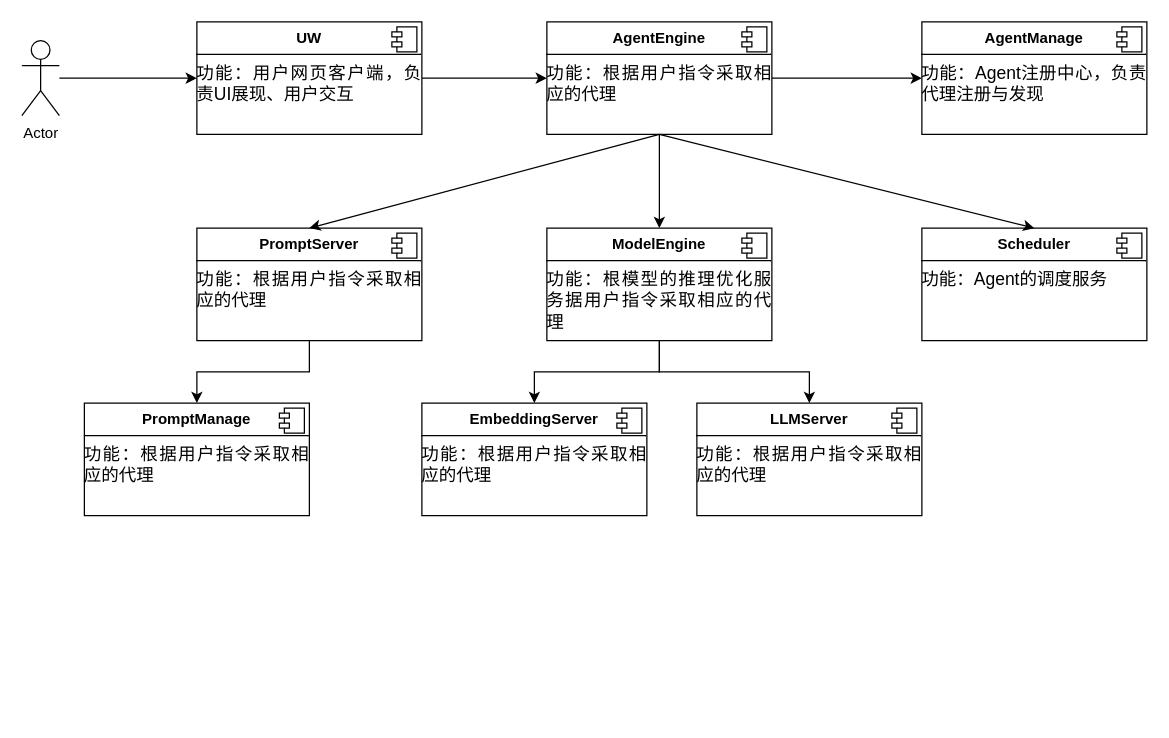
Before: 未命名绘图.drawio in KeeaattJj/TestMyProject, a draw.io diagram. Source tidied: cells renumbered, new cells numbered last; positions are measured from the earlier drawing's top-left corner, leaving out a move shared by most shapes. Both pictures are drawn from the tidied source at 125%, with x=0, y=0 at pixel (21, 21).
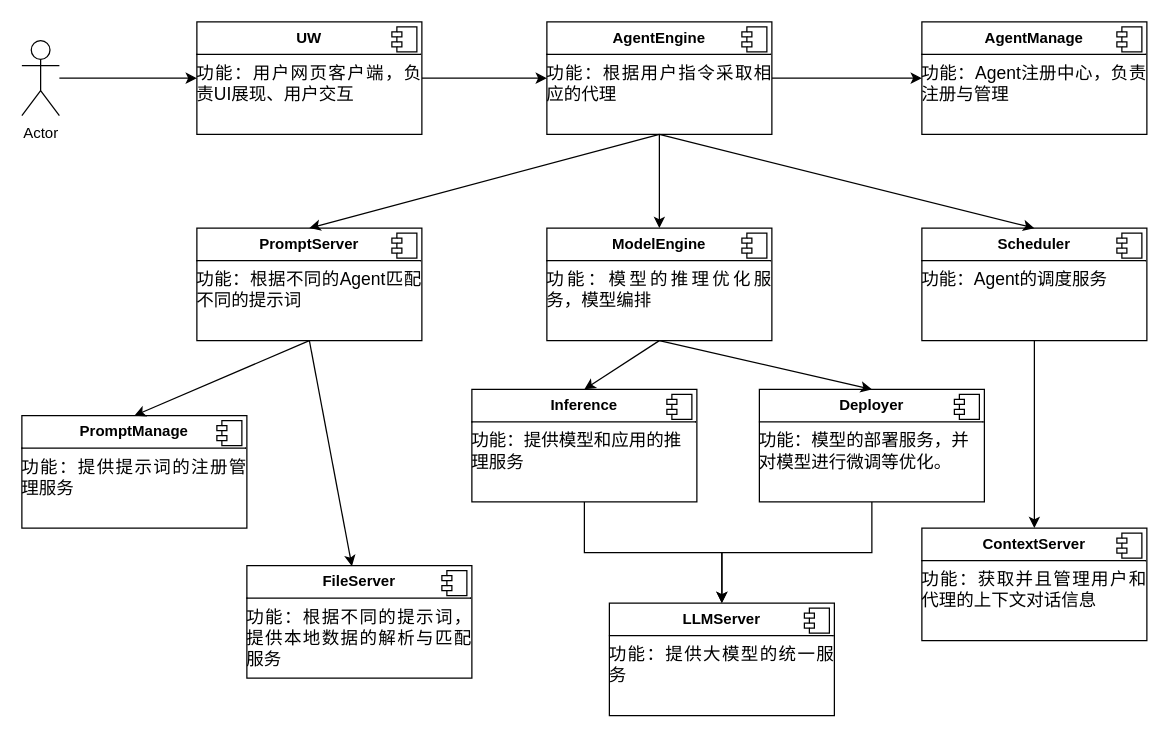
Above is the later version.

Commit message:
更新未命名绘图.drawio

Unchanged cells that the change refers to:
```xml
<mxCell id="23" value="&lt;p style=&quot;margin:0px;margin-top:6px;text-align:center;&quot;&gt;&lt;b&gt;Scheduler&lt;/b&gt;&lt;/p&gt;&lt;hr size=&quot;1&quot; style=&quot;border-style:solid;&quot;&gt;&lt;p style=&quot;margin: 0pt 0pt 0.0001pt; text-align: justify;&quot; class=&quot;MsoNormal&quot;&gt;&lt;span style=&quot;font-family: 微软雅黑; font-size: 10.5pt;&quot;&gt;功能：&lt;/span&gt;&lt;span style=&quot;background-color: initial; text-align: left; font-size: 14px;&quot;&gt;&lt;font face=&quot;微软雅黑&quot;&gt;Agent的调度服务&lt;/font&gt;&lt;/span&gt;&lt;/p&gt;" style="align=left;overflow=fill;html=1;whiteSpace=wrap;" parent="1" vertex="1">
  <mxGeometry x="720" y="165" width="180" height="90" as="geometry" />
</mxCell>
```

The edit, as a diff of the source:
```diff
@@
-    <mxCell id="11" value="&lt;p style=&quot;margin:0px;margin-top:6px;text-align:center;&quot;&gt;&lt;b&gt;AgentManage&lt;/b&gt;&lt;/p&gt;&lt;hr size=&quot;1&quot; style=&quot;border-style:solid;&quot;&gt;&lt;p style=&quot;margin: 0pt 0pt 0.0001pt; text-align: justify; font-family: 等线; font-size: 10.5pt;&quot; class=&quot;MsoNormal&quot;&gt;&lt;span style=&quot;font-family: 微软雅黑; font-size: 10.5pt;&quot;&gt;功能：Agent&lt;/span&gt;&lt;span style=&quot;font-family: 微软雅黑; font-size: 10.5pt; background-color: initial;&quot;&gt;注册中心，负责代理注册与发现&lt;/span&gt;&lt;/p&gt;" style="align=left;overflow=fill;html=1;whiteSpace=wrap;" parent="1" vertex="1">
+    <mxCell id="11" value="&lt;p style=&quot;margin:0px;margin-top:6px;text-align:center;&quot;&gt;&lt;b&gt;AgentManage&lt;/b&gt;&lt;/p&gt;&lt;hr size=&quot;1&quot; style=&quot;border-style:solid;&quot;&gt;&lt;p style=&quot;margin: 0pt 0pt 0.0001pt; text-align: justify; font-family: 等线; font-size: 10.5pt;&quot; class=&quot;MsoNormal&quot;&gt;&lt;span style=&quot;font-family: 微软雅黑; font-size: 10.5pt;&quot;&gt;功能：Agent&lt;/span&gt;&lt;span style=&quot;font-family: 微软雅黑; font-size: 10.5pt; background-color: initial;&quot;&gt;注册中心，负责注册与管理&lt;/span&gt;&lt;/p&gt;" style="align=left;overflow=fill;html=1;whiteSpace=wrap;" parent="1" vertex="1">
       <mxGeometry x="720" width="180" height="90" as="geometry" />
     </mxCell>
@@
-    <mxCell id="13" style="edgeStyle=orthogonalEdgeStyle;rounded=0;jettySize=auto;html=1;" parent="1" edge="1" source="14" target="26">
-      <mxGeometry relative="1" as="geometry" />
-    </mxCell>
-    <mxCell id="14" value="&lt;p style=&quot;margin:0px;margin-top:6px;text-align:center;&quot;&gt;&lt;b&gt;PromptServer&lt;/b&gt;&lt;/p&gt;&lt;hr size=&quot;1&quot; style=&quot;border-style:solid;&quot;&gt;&lt;p style=&quot;margin: 0pt 0pt 0.0001pt; text-align: justify;&quot; class=&quot;MsoNormal&quot;&gt;&lt;span style=&quot;font-family: 微软雅黑; font-size: 10.5pt;&quot;&gt;功能：&lt;/span&gt;&lt;span style=&quot;background-color: initial; text-align: left; font-size: 14px;&quot;&gt;&lt;font face=&quot;微软雅黑&quot;&gt;根据用户指令采取相应的代理&lt;/font&gt;&lt;/span&gt;&lt;/p&gt;" style="align=left;overflow=fill;html=1;whiteSpace=wrap;" parent="1" vertex="1">
+    <mxCell id="14" value="&lt;p style=&quot;margin:0px;margin-top:6px;text-align:center;&quot;&gt;&lt;b&gt;PromptServer&lt;/b&gt;&lt;/p&gt;&lt;hr size=&quot;1&quot; style=&quot;border-style:solid;&quot;&gt;&lt;p style=&quot;margin: 0pt 0pt 0.0001pt; text-align: justify;&quot; class=&quot;MsoNormal&quot;&gt;&lt;span style=&quot;font-family: 微软雅黑; font-size: 10.5pt;&quot;&gt;功能：根据&lt;/span&gt;&lt;span style=&quot;background-color: initial; text-align: left; font-size: 14px;&quot;&gt;&lt;font face=&quot;微软雅黑&quot;&gt;不同的Agent匹配不同的提示词&lt;/font&gt;&lt;/span&gt;&lt;/p&gt;" style="align=left;overflow=fill;html=1;whiteSpace=wrap;" parent="1" vertex="1">
       <mxGeometry x="140" y="165" width="180" height="90" as="geometry" />
     </mxCell>
@@
-    <mxCell id="17" style="edgeStyle=orthogonalEdgeStyle;rounded=0;jettySize=auto;html=1;" parent="1" edge="1" source="19" target="21">
-      <mxGeometry relative="1" as="geometry" />
-    </mxCell>
-    <mxCell id="18" style="edgeStyle=orthogonalEdgeStyle;rounded=0;jettySize=auto;html=1;entryX=0.5;entryY=0;entryDx=0;entryDy=0;" parent="1" edge="1" source="19" target="28">
-      <mxGeometry relative="1" as="geometry" />
-    </mxCell>
-    <mxCell id="19" value="&lt;p style=&quot;margin:0px;margin-top:6px;text-align:center;&quot;&gt;&lt;b&gt;ModelEngine&lt;/b&gt;&lt;/p&gt;&lt;hr size=&quot;1&quot; style=&quot;border-style:solid;&quot;&gt;&lt;p style=&quot;margin: 0pt 0pt 0.0001pt; text-align: justify;&quot; class=&quot;MsoNormal&quot;&gt;&lt;span style=&quot;font-family: 微软雅黑; font-size: 10.5pt;&quot;&gt;功能：&lt;/span&gt;&lt;span style=&quot;background-color: initial; text-align: left; font-size: 14px;&quot;&gt;&lt;font face=&quot;微软雅黑&quot;&gt;根模型的推理优化服务据用户指令采取相应的代理&lt;/font&gt;&lt;/span&gt;&lt;/p&gt;" style="align=left;overflow=fill;html=1;whiteSpace=wrap;" parent="1" vertex="1">
+    <mxCell id="19" value="&lt;p style=&quot;margin:0px;margin-top:6px;text-align:center;&quot;&gt;&lt;b&gt;ModelEngine&lt;/b&gt;&lt;/p&gt;&lt;hr size=&quot;1&quot; style=&quot;border-style:solid;&quot;&gt;&lt;p style=&quot;margin: 0pt 0pt 0.0001pt; text-align: justify;&quot; class=&quot;MsoNormal&quot;&gt;&lt;span style=&quot;font-family: 微软雅黑; font-size: 10.5pt;&quot;&gt;功能：&lt;/span&gt;&lt;span style=&quot;background-color: initial; text-align: left; font-size: 14px;&quot;&gt;&lt;font face=&quot;微软雅黑&quot;&gt;模型的推理优化服务，模型编排&lt;/font&gt;&lt;/span&gt;&lt;/p&gt;" style="align=left;overflow=fill;html=1;whiteSpace=wrap;" parent="1" vertex="1">
       <mxGeometry x="420" y="165" width="180" height="90" as="geometry" />
     </mxCell>
@@
+    <mxCell id="30" style="edgeStyle=orthogonalEdgeStyle;rounded=0;jettySize=auto;html=1;entryX=0.5;entryY=0;entryDx=0;entryDy=0;" parent="1" edge="1" source="21" target="33">
+      <mxGeometry relative="1" as="geometry" />
+    </mxCell>
-    <mxCell id="21" value="&lt;p style=&quot;margin:0px;margin-top:6px;text-align:center;&quot;&gt;&lt;b&gt;EmbeddingServer&lt;/b&gt;&lt;/p&gt;&lt;hr size=&quot;1&quot; style=&quot;border-style:solid;&quot;&gt;&lt;p style=&quot;margin: 0pt 0pt 0.0001pt; text-align: justify;&quot; class=&quot;MsoNormal&quot;&gt;&lt;span style=&quot;font-family: 微软雅黑; font-size: 10.5pt;&quot;&gt;功能：&lt;/span&gt;&lt;span style=&quot;background-color: initial; text-align: left; font-size: 14px;&quot;&gt;&lt;font face=&quot;微软雅黑&quot;&gt;根据用户指令采取相应的代理&lt;/font&gt;&lt;/span&gt;&lt;/p&gt;" style="align=left;overflow=fill;html=1;whiteSpace=wrap;" parent="1" vertex="1">
-      <mxGeometry x="320" y="305" width="180" height="90" as="geometry" />
+    <mxCell id="21" value="&lt;p style=&quot;margin:0px;margin-top:6px;text-align:center;&quot;&gt;&lt;b&gt;Inference&lt;/b&gt;&lt;/p&gt;&lt;hr size=&quot;1&quot; style=&quot;border-style:solid;&quot;&gt;&lt;p style=&quot;text-align: left; margin: 0pt 0pt 0.0001pt;&quot; class=&quot;MsoNormal&quot;&gt;&lt;span style=&quot;font-family: 微软雅黑; font-size: 10.5pt;&quot;&gt;功能：提供模型和应用的推理服务&lt;/span&gt;&lt;/p&gt;" style="align=left;overflow=fill;html=1;whiteSpace=wrap;" parent="1" vertex="1">
+      <mxGeometry x="360" y="294" width="180" height="90" as="geometry" />
     </mxCell>
@@
+    <mxCell id="31" style="edgeStyle=orthogonalEdgeStyle;rounded=0;jettySize=auto;html=1;entryX=0.5;entryY=0;entryDx=0;entryDy=0;" parent="1" edge="1" source="23" target="39">
+      <mxGeometry relative="1" as="geometry" />
+    </mxCell>
@@
-    <mxCell id="26" value="&lt;p style=&quot;margin:0px;margin-top:6px;text-align:center;&quot;&gt;&lt;b&gt;PromptManage&lt;/b&gt;&lt;/p&gt;&lt;hr size=&quot;1&quot; style=&quot;border-style:solid;&quot;&gt;&lt;p style=&quot;margin: 0pt 0pt 0.0001pt; text-align: justify;&quot; class=&quot;MsoNormal&quot;&gt;&lt;span style=&quot;font-family: 微软雅黑; font-size: 10.5pt;&quot;&gt;功能：&lt;/span&gt;&lt;span style=&quot;background-color: initial; text-align: left; font-size: 14px;&quot;&gt;&lt;font face=&quot;微软雅黑&quot;&gt;根据用户指令采取相应的代理&lt;/font&gt;&lt;/span&gt;&lt;/p&gt;" style="align=left;overflow=fill;html=1;whiteSpace=wrap;" parent="1" vertex="1">
-      <mxGeometry x="50" y="305" width="180" height="90" as="geometry" />
+    <mxCell id="26" value="&lt;p style=&quot;margin:0px;margin-top:6px;text-align:center;&quot;&gt;&lt;b&gt;PromptManage&lt;/b&gt;&lt;/p&gt;&lt;hr size=&quot;1&quot; style=&quot;border-style:solid;&quot;&gt;&lt;p style=&quot;margin: 0pt 0pt 0.0001pt; text-align: justify;&quot; class=&quot;MsoNormal&quot;&gt;&lt;span style=&quot;font-family: 微软雅黑; font-size: 10.5pt;&quot;&gt;功能：提供&lt;/span&gt;&lt;span style=&quot;background-color: initial; text-align: left; font-size: 14px;&quot;&gt;&lt;font face=&quot;微软雅黑&quot;&gt;提示词的注册管理服务&lt;/font&gt;&lt;/span&gt;&lt;/p&gt;" style="align=left;overflow=fill;html=1;whiteSpace=wrap;" parent="1" vertex="1">
+      <mxGeometry y="315" width="180" height="90" as="geometry" />
     </mxCell>
@@
+    <mxCell id="32" style="edgeStyle=orthogonalEdgeStyle;rounded=0;jettySize=auto;html=1;entryX=0.5;entryY=0;entryDx=0;entryDy=0;" parent="1" edge="1" source="28" target="33">
+      <mxGeometry relative="1" as="geometry" />
+    </mxCell>
-    <mxCell id="28" value="&lt;p style=&quot;margin:0px;margin-top:6px;text-align:center;&quot;&gt;&lt;b&gt;LLMServer&lt;/b&gt;&lt;/p&gt;&lt;hr size=&quot;1&quot; style=&quot;border-style:solid;&quot;&gt;&lt;p style=&quot;margin: 0pt 0pt 0.0001pt; text-align: justify;&quot; class=&quot;MsoNormal&quot;&gt;&lt;span style=&quot;font-family: 微软雅黑; font-size: 10.5pt;&quot;&gt;功能：&lt;/span&gt;&lt;span style=&quot;background-color: initial; text-align: left; font-size: 14px;&quot;&gt;&lt;font face=&quot;微软雅黑&quot;&gt;根据用户指令采取相应的代理&lt;/font&gt;&lt;/span&gt;&lt;/p&gt;" style="align=left;overflow=fill;html=1;whiteSpace=wrap;" parent="1" vertex="1">
-      <mxGeometry x="540" y="305" width="180" height="90" as="geometry" />
+    <mxCell id="28" value="&lt;p style=&quot;margin:0px;margin-top:6px;text-align:center;&quot;&gt;&lt;b&gt;Deployer&lt;/b&gt;&lt;/p&gt;&lt;hr size=&quot;1&quot; style=&quot;border-style:solid;&quot;&gt;&lt;p style=&quot;text-align: left; margin: 0pt 0pt 0.0001pt;&quot; class=&quot;MsoNormal&quot;&gt;&lt;span style=&quot;font-family: 微软雅黑; font-size: 10.5pt;&quot;&gt;功能：模型的部署服务，并对模型进行微调等优化。&lt;/span&gt;&lt;/p&gt;" style="align=left;overflow=fill;html=1;whiteSpace=wrap;" parent="1" vertex="1">
+      <mxGeometry x="590" y="294" width="180" height="90" as="geometry" />
     </mxCell>
@@
+    <mxCell id="33" value="&lt;p style=&quot;margin:0px;margin-top:6px;text-align:center;&quot;&gt;&lt;b&gt;LLMServer&lt;/b&gt;&lt;/p&gt;&lt;hr size=&quot;1&quot; style=&quot;border-style:solid;&quot;&gt;&lt;p style=&quot;margin: 0pt 0pt 0.0001pt; text-align: justify;&quot; class=&quot;MsoNormal&quot;&gt;&lt;span style=&quot;font-family: 微软雅黑; font-size: 10.5pt;&quot;&gt;功能：&lt;/span&gt;&lt;span style=&quot;background-color: initial; text-align: left; font-size: 14px;&quot;&gt;&lt;font face=&quot;微软雅黑&quot;&gt;提供大模型的统一服务&lt;/font&gt;&lt;/span&gt;&lt;/p&gt;" style="align=left;overflow=fill;html=1;whiteSpace=wrap;" parent="1" vertex="1">
+      <mxGeometry x="470" y="465" width="180" height="90" as="geometry" />
+    </mxCell>
+    <mxCell id="34" style="shape=component;jettyWidth=8;jettyHeight=4;" parent="33" vertex="1">
+      <mxGeometry x="1" width="20" height="20" relative="1" as="geometry">
+        <mxPoint x="-24" y="4" as="offset" />
+      </mxGeometry>
+    </mxCell>
+    <mxCell id="35" value="&lt;p style=&quot;margin:0px;margin-top:6px;text-align:center;&quot;&gt;&lt;b&gt;FileServer&lt;/b&gt;&lt;/p&gt;&lt;hr size=&quot;1&quot; style=&quot;border-style:solid;&quot;&gt;&lt;p style=&quot;margin: 0pt 0pt 0.0001pt; text-align: justify;&quot; class=&quot;MsoNormal&quot;&gt;&lt;span style=&quot;font-family: 微软雅黑; font-size: 10.5pt;&quot;&gt;功能：&lt;/span&gt;&lt;span style=&quot;background-color: initial; text-align: left; font-size: 14px;&quot;&gt;&lt;font face=&quot;微软雅黑&quot;&gt;根据不同的提示词，提供本地数据的解析与匹配服务&lt;/font&gt;&lt;/span&gt;&lt;/p&gt;" style="align=left;overflow=fill;html=1;whiteSpace=wrap;" parent="1" vertex="1">
+      <mxGeometry x="180" y="435" width="180" height="90" as="geometry" />
+    </mxCell>
+    <mxCell id="36" style="shape=component;jettyWidth=8;jettyHeight=4;" parent="35" vertex="1">
+      <mxGeometry x="1" width="20" height="20" relative="1" as="geometry">
+        <mxPoint x="-24" y="4" as="offset" />
+      </mxGeometry>
+    </mxCell>
+    <mxCell id="18" style="endArrow=classic;html=1;rounded=0;exitX=0.5;exitY=1;exitDx=0;exitDy=0;entryX=0.5;entryY=0;entryDx=0;entryDy=0;" parent="1" edge="1" source="19" target="28">
+      <mxGeometry relative="1" as="geometry" />
+    </mxCell>
+    <mxCell id="37" style="endArrow=classic;html=1;rounded=0;entryX=0.467;entryY=0.006;entryDx=0;entryDy=0;entryPerimeter=0;exitX=0.5;exitY=1;exitDx=0;exitDy=0;" parent="1" edge="1" source="14" target="35">
+      <mxGeometry relative="1" as="geometry" />
+    </mxCell>
+    <mxCell id="38" style="endArrow=classic;html=1;rounded=0;entryX=0.5;entryY=0;entryDx=0;entryDy=0;" parent="1" edge="1" target="26">
+      <mxGeometry relative="1" as="geometry">
+        <mxPoint x="230" y="255" as="sourcePoint" />
+      </mxGeometry>
+    </mxCell>
+    <mxCell id="17" style="endArrow=classic;html=1;rounded=0;entryX=0.5;entryY=0;entryDx=0;entryDy=0;exitX=0.5;exitY=1;exitDx=0;exitDy=0;" parent="1" edge="1" source="19" target="21">
+      <mxGeometry relative="1" as="geometry" />
+    </mxCell>
+    <mxCell id="39" value="&lt;p style=&quot;margin:0px;margin-top:6px;text-align:center;&quot;&gt;&lt;b&gt;ContextServer&lt;/b&gt;&lt;/p&gt;&lt;hr size=&quot;1&quot; style=&quot;border-style:solid;&quot;&gt;&lt;p style=&quot;margin: 0pt 0pt 0.0001pt; text-align: justify;&quot; class=&quot;MsoNormal&quot;&gt;&lt;span style=&quot;font-family: 微软雅黑; font-size: 10.5pt;&quot;&gt;功能：&lt;/span&gt;&lt;span style=&quot;background-color: initial; text-align: left; font-size: 14px;&quot;&gt;&lt;font face=&quot;微软雅黑&quot;&gt;获取并且管理用户和代理的上下文对话信息&lt;/font&gt;&lt;/span&gt;&lt;/p&gt;" style="align=left;overflow=fill;html=1;whiteSpace=wrap;" parent="1" vertex="1">
+      <mxGeometry x="720" y="405" width="180" height="90" as="geometry" />
+    </mxCell>
+    <mxCell id="40" style="shape=component;jettyWidth=8;jettyHeight=4;" parent="39" vertex="1">
+      <mxGeometry x="1" width="20" height="20" relative="1" as="geometry">
+        <mxPoint x="-24" y="4" as="offset" />
+      </mxGeometry>
+    </mxCell>
```
